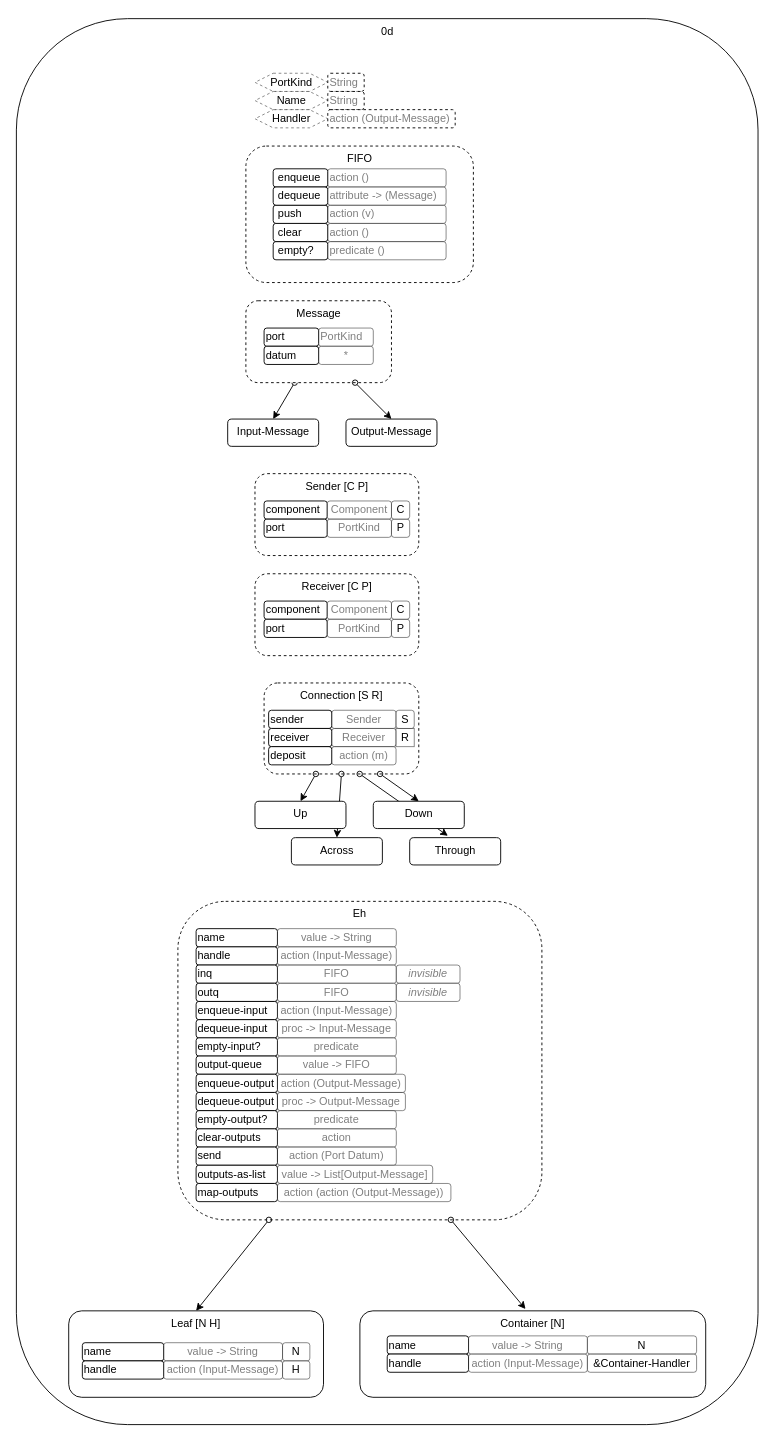
Above: 0d.drawio in guitarvydas/rt0d (draw.io), before the change. Source tidied: cells renumbered, new cells numbered last; positions are measured from the earlier drawing's top-left corner, leaving out a move shared by most shapes. Both pictures are drawn from the tidied source at 91%, with x=0, y=0 at pixel (15, 18).
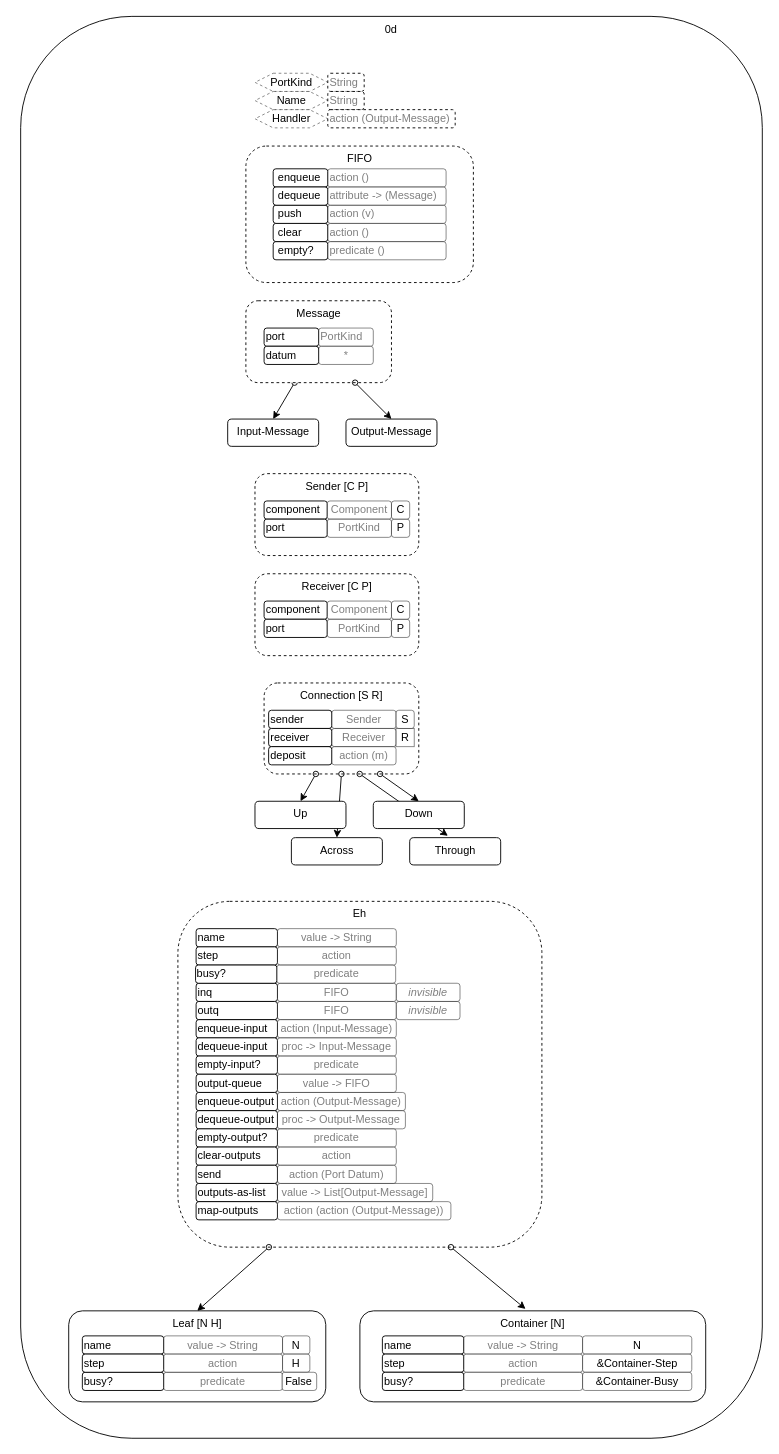
The same diagram, later.

What changed in the source:
```diff
@@
     <mxCell id="2" style="group;" parent="1" vertex="1">
-      <mxGeometry x="0.5" width="815" height="1545" as="geometry" />
+      <mxGeometry x="0.5" width="819.7" height="1560" as="geometry" />
     </mxCell>
     <mxCell id="3" value="0d" style="rounded=1;whiteSpace=wrap;html=1;horizontal=1;verticalAlign=top;" parent="2" vertex="1">
-      <mxGeometry width="815" height="1545" as="geometry" />
+      <mxGeometry x="4.7" y="-2.5" width="815" height="1562.5" as="geometry" />
     </mxCell>
@@
     <mxCell id="16" value="Eh" style="rounded=1;whiteSpace=wrap;html=1;align=center;dashed=1;verticalAlign=top;" parent="2" vertex="1">
-      <mxGeometry x="177.5" y="970" width="400" height="350" as="geometry" />
+      <mxGeometry x="177.5" y="970" width="400" height="380" as="geometry" />
     </mxCell>
     <mxCell id="17" value="Leaf [N H]" style="rounded=1;whiteSpace=wrap;html=1;align=center;verticalAlign=top;" parent="2" vertex="1">
-      <mxGeometry x="57.5" y="1420" width="280" height="95" as="geometry" />
+      <mxGeometry x="57.5" y="1420" width="282.5" height="100" as="geometry" />
     </mxCell>
     <mxCell id="18" value="Container [N]" style="rounded=1;whiteSpace=wrap;html=1;align=center;verticalAlign=top;" parent="2" vertex="1">
-      <mxGeometry x="377.5" y="1420" width="380" height="95" as="geometry" />
+      <mxGeometry x="377.5" y="1420" width="380" height="100" as="geometry" />
     </mxCell>
@@
-    <mxCell id="67" value="&lt;div&gt;&lt;span&gt;handle&lt;/span&gt;&lt;/div&gt;" style="rounded=1;whiteSpace=wrap;html=1;align=left;" parent="2" vertex="1">
+    <mxCell id="67" value="&lt;div&gt;&lt;span&gt;step&lt;/span&gt;&lt;/div&gt;" style="rounded=1;whiteSpace=wrap;html=1;align=left;" parent="2" vertex="1">
       <mxGeometry x="197.5" y="1020" width="89.4" height="20" as="geometry" />
     </mxCell>
@@
-    <mxCell id="69" value="&lt;div&gt;&lt;span&gt;action (Input-Message)&lt;/span&gt;&lt;/div&gt;" style="rounded=1;whiteSpace=wrap;html=1;align=center;opacity=50;textOpacity=50;" parent="2" vertex="1">
+    <mxCell id="69" value="&lt;div&gt;&lt;span&gt;action&lt;/span&gt;&lt;/div&gt;" style="rounded=1;whiteSpace=wrap;html=1;align=center;opacity=50;textOpacity=50;" parent="2" vertex="1">
       <mxGeometry x="286.9" y="1020" width="130.6" height="20" as="geometry" />
     </mxCell>
     <mxCell id="70" value="&lt;div&gt;&lt;span&gt;inq&lt;/span&gt;&lt;/div&gt;" style="rounded=1;whiteSpace=wrap;html=1;align=left;" parent="2" vertex="1">
-      <mxGeometry x="197.5" y="1040" width="89.4" height="20" as="geometry" />
+      <mxGeometry x="197.5" y="1060" width="89.4" height="20" as="geometry" />
     </mxCell>
     <mxCell id="71" value="&lt;div&gt;&lt;span&gt;FIFO&lt;/span&gt;&lt;/div&gt;" style="rounded=1;whiteSpace=wrap;html=1;align=center;opacity=50;textOpacity=50;" parent="2" vertex="1">
-      <mxGeometry x="286.9" y="1040" width="130.6" height="20" as="geometry" />
+      <mxGeometry x="286.9" y="1060" width="130.6" height="20" as="geometry" />
     </mxCell>
     <mxCell id="72" value="&lt;div&gt;outq&lt;/div&gt;" style="rounded=1;whiteSpace=wrap;html=1;align=left;" parent="2" vertex="1">
-      <mxGeometry x="197.5" y="1060" width="89.4" height="20" as="geometry" />
+      <mxGeometry x="197.5" y="1080" width="89.4" height="20" as="geometry" />
     </mxCell>
     <mxCell id="73" value="&lt;div&gt;&lt;span&gt;enqueue-input&lt;/span&gt;&lt;/div&gt;" style="rounded=1;whiteSpace=wrap;html=1;align=left;" parent="2" vertex="1">
-      <mxGeometry x="197.5" y="1080" width="89.4" height="20" as="geometry" />
+      <mxGeometry x="197.5" y="1100" width="89.4" height="20" as="geometry" />
     </mxCell>
     <mxCell id="74" value="&lt;div&gt;FIFO&lt;/div&gt;" style="rounded=1;whiteSpace=wrap;html=1;align=center;opacity=50;textOpacity=50;" parent="2" vertex="1">
-      <mxGeometry x="286.9" y="1060" width="130.6" height="20" as="geometry" />
+      <mxGeometry x="286.9" y="1080" width="130.6" height="20" as="geometry" />
     </mxCell>
     <mxCell id="75" value="&lt;div&gt;&lt;span&gt;action (Input-Message)&lt;/span&gt;&lt;/div&gt;" style="rounded=1;whiteSpace=wrap;html=1;align=center;opacity=50;textOpacity=50;" parent="2" vertex="1">
-      <mxGeometry x="286.9" y="1080" width="130.6" height="20" as="geometry" />
+      <mxGeometry x="286.9" y="1100" width="130.6" height="20" as="geometry" />
     </mxCell>
     <mxCell id="76" value="&lt;div&gt;&lt;span&gt;dequeue-input&lt;/span&gt;&lt;/div&gt;" style="rounded=1;whiteSpace=wrap;html=1;align=left;" parent="2" vertex="1">
-      <mxGeometry x="197.5" y="1100" width="89.4" height="20" as="geometry" />
+      <mxGeometry x="197.5" y="1120" width="89.4" height="20" as="geometry" />
     </mxCell>
     <mxCell id="77" value="&lt;div&gt;&lt;span&gt;proc -&amp;gt; Input-Message&lt;/span&gt;&lt;/div&gt;" style="rounded=1;whiteSpace=wrap;html=1;align=center;opacity=50;textOpacity=50;" parent="2" vertex="1">
-      <mxGeometry x="286.9" y="1100" width="130.6" height="20" as="geometry" />
+      <mxGeometry x="286.9" y="1120" width="130.6" height="20" as="geometry" />
     </mxCell>
     <mxCell id="78" value="&lt;div&gt;empty-input?&lt;/div&gt;" style="rounded=1;whiteSpace=wrap;html=1;align=left;strokeWidth=1;" parent="2" vertex="1">
-      <mxGeometry x="197.5" y="1120" width="89.4" height="20" as="geometry" />
+      <mxGeometry x="197.5" y="1140" width="89.4" height="20" as="geometry" />
     </mxCell>
     <mxCell id="79" value="&lt;div&gt;&lt;span&gt;output-queue&lt;/span&gt;&lt;/div&gt;" style="rounded=1;whiteSpace=wrap;html=1;align=left;" parent="2" vertex="1">
-      <mxGeometry x="197.5" y="1140" width="89.4" height="20" as="geometry" />
+      <mxGeometry x="197.5" y="1160" width="89.4" height="20" as="geometry" />
     </mxCell>
     <mxCell id="80" value="&lt;div&gt;predicate&lt;/div&gt;" style="rounded=1;whiteSpace=wrap;html=1;align=center;opacity=50;textOpacity=50;" parent="2" vertex="1">
-      <mxGeometry x="286.9" y="1120" width="130.6" height="20" as="geometry" />
+      <mxGeometry x="286.9" y="1140" width="130.6" height="20" as="geometry" />
     </mxCell>
     <mxCell id="81" value="value -&amp;gt; FIFO" style="rounded=1;whiteSpace=wrap;html=1;align=center;opacity=50;textOpacity=50;" parent="2" vertex="1">
-      <mxGeometry x="286.9" y="1140" width="130.6" height="20" as="geometry" />
+      <mxGeometry x="286.9" y="1160" width="130.6" height="20" as="geometry" />
     </mxCell>
     <mxCell id="82" value="&lt;div&gt;&lt;span&gt;enqueue-output&lt;/span&gt;&lt;/div&gt;" style="rounded=1;whiteSpace=wrap;html=1;align=left;" parent="2" vertex="1">
-      <mxGeometry x="197.5" y="1160" width="89.4" height="20" as="geometry" />
+      <mxGeometry x="197.5" y="1180" width="89.4" height="20" as="geometry" />
     </mxCell>
     <mxCell id="83" value="&lt;div&gt;&lt;span&gt;action (Output-Message)&lt;/span&gt;&lt;/div&gt;" style="rounded=1;whiteSpace=wrap;html=1;align=center;opacity=50;textOpacity=50;" parent="2" vertex="1">
-      <mxGeometry x="286.9" y="1160" width="140.6" height="20" as="geometry" />
+      <mxGeometry x="286.9" y="1180" width="140.6" height="20" as="geometry" />
     </mxCell>
     <mxCell id="84" value="&lt;div&gt;dequeue-output&lt;/div&gt;" style="rounded=1;whiteSpace=wrap;html=1;align=left;" parent="2" vertex="1">
-      <mxGeometry x="197.5" y="1180" width="89.4" height="20" as="geometry" />
+      <mxGeometry x="197.5" y="1200" width="89.4" height="20" as="geometry" />
     </mxCell>
     <mxCell id="85" value="&lt;div&gt;&lt;span&gt;empty-output?&lt;/span&gt;&lt;/div&gt;" style="rounded=1;whiteSpace=wrap;html=1;align=left;" parent="2" vertex="1">
-      <mxGeometry x="197.5" y="1200" width="89.4" height="20" as="geometry" />
+      <mxGeometry x="197.5" y="1220" width="89.4" height="20" as="geometry" />
     </mxCell>
     <mxCell id="86" value="proc -&amp;gt; Output-Message" style="rounded=1;whiteSpace=wrap;html=1;align=center;opacity=50;textOpacity=50;" parent="2" vertex="1">
-      <mxGeometry x="286.9" y="1180" width="140.6" height="20" as="geometry" />
+      <mxGeometry x="286.9" y="1200" width="140.6" height="20" as="geometry" />
     </mxCell>
     <mxCell id="87" value="&lt;div&gt;&lt;span&gt;predicate&lt;/span&gt;&lt;/div&gt;" style="rounded=1;whiteSpace=wrap;html=1;align=center;opacity=50;textOpacity=50;" parent="2" vertex="1">
-      <mxGeometry x="286.9" y="1200" width="130.6" height="20" as="geometry" />
+      <mxGeometry x="286.9" y="1220" width="130.6" height="20" as="geometry" />
     </mxCell>
     <mxCell id="88" value="&lt;div&gt;&lt;span&gt;clear-outputs&lt;/span&gt;&lt;/div&gt;" style="rounded=1;whiteSpace=wrap;html=1;align=left;" parent="2" vertex="1">
-      <mxGeometry x="197.5" y="1220" width="89.4" height="20" as="geometry" />
+      <mxGeometry x="197.5" y="1240" width="89.4" height="20" as="geometry" />
     </mxCell>
     <mxCell id="89" value="&lt;div&gt;&lt;span&gt;action&lt;/span&gt;&lt;/div&gt;" style="rounded=1;whiteSpace=wrap;html=1;align=center;opacity=50;textOpacity=50;" parent="2" vertex="1">
-      <mxGeometry x="286.9" y="1220" width="130.6" height="20" as="geometry" />
+      <mxGeometry x="286.9" y="1240" width="130.6" height="20" as="geometry" />
     </mxCell>
     <mxCell id="90" value="&lt;div&gt;send&lt;/div&gt;" style="rounded=1;whiteSpace=wrap;html=1;align=left;" parent="2" vertex="1">
-      <mxGeometry x="197.5" y="1240" width="89.4" height="20" as="geometry" />
+      <mxGeometry x="197.5" y="1260" width="89.4" height="20" as="geometry" />
     </mxCell>
     <mxCell id="91" value="&lt;div&gt;&lt;span&gt;outputs-as-list&lt;/span&gt;&lt;/div&gt;" style="rounded=1;whiteSpace=wrap;html=1;align=left;" parent="2" vertex="1">
-      <mxGeometry x="197.5" y="1260" width="89.4" height="20" as="geometry" />
+      <mxGeometry x="197.5" y="1280" width="89.4" height="20" as="geometry" />
     </mxCell>
     <mxCell id="92" value="action (Port Datum)" style="rounded=1;whiteSpace=wrap;html=1;align=center;opacity=50;textOpacity=50;" parent="2" vertex="1">
-      <mxGeometry x="286.9" y="1240" width="130.6" height="20" as="geometry" />
+      <mxGeometry x="286.9" y="1260" width="130.6" height="20" as="geometry" />
     </mxCell>
     <mxCell id="93" value="&lt;div&gt;&lt;span&gt;value -&amp;gt; List[Output-Message]&lt;/span&gt;&lt;/div&gt;" style="rounded=1;whiteSpace=wrap;html=1;align=center;opacity=50;textOpacity=50;" parent="2" vertex="1">
-      <mxGeometry x="286.9" y="1260" width="170.6" height="20" as="geometry" />
+      <mxGeometry x="286.9" y="1280" width="170.6" height="20" as="geometry" />
     </mxCell>
     <mxCell id="94" value="&lt;div&gt;&lt;span&gt;map-outputs&lt;/span&gt;&lt;/div&gt;" style="rounded=1;whiteSpace=wrap;html=1;align=left;" parent="2" vertex="1">
-      <mxGeometry x="197.5" y="1280" width="89.4" height="20" as="geometry" />
+      <mxGeometry x="197.5" y="1300" width="89.4" height="20" as="geometry" />
     </mxCell>
     <mxCell id="95" value="&lt;div&gt;&lt;span&gt;action (action (Output-Message))&lt;/span&gt;&lt;/div&gt;" style="rounded=1;whiteSpace=wrap;html=1;align=center;opacity=50;textOpacity=50;" parent="2" vertex="1">
-      <mxGeometry x="286.9" y="1280" width="190.6" height="20" as="geometry" />
+      <mxGeometry x="286.9" y="1300" width="190.6" height="20" as="geometry" />
     </mxCell>
     <mxCell id="96" value="&lt;i&gt;invisible&lt;/i&gt;" style="rounded=1;whiteSpace=wrap;html=1;align=center;opacity=50;textOpacity=50;" parent="2" vertex="1">
-      <mxGeometry x="417.5" y="1040" width="70" height="20" as="geometry" />
+      <mxGeometry x="417.5" y="1060" width="70" height="20" as="geometry" />
     </mxCell>
     <mxCell id="97" value="&lt;i&gt;invisible&lt;/i&gt;" style="rounded=1;whiteSpace=wrap;html=1;align=center;opacity=50;textOpacity=50;" parent="2" vertex="1">
-      <mxGeometry x="417.5" y="1060" width="70" height="20" as="geometry" />
+      <mxGeometry x="417.5" y="1080" width="70" height="20" as="geometry" />
     </mxCell>
+    <mxCell id="104" value="&lt;div&gt;name&lt;/div&gt;" style="rounded=1;whiteSpace=wrap;html=1;align=left;" parent="2" vertex="1">
+      <mxGeometry x="402.2" y="1447.5" width="89.4" height="20" as="geometry" />
+    </mxCell>
+    <mxCell id="105" value="&lt;div&gt;&lt;span&gt;step&lt;/span&gt;&lt;/div&gt;" style="rounded=1;whiteSpace=wrap;html=1;align=left;" parent="2" vertex="1">
+      <mxGeometry x="402.2" y="1467.5" width="89.4" height="20" as="geometry" />
+    </mxCell>
+    <mxCell id="106" value="&lt;div&gt;value -&amp;gt; String&lt;/div&gt;" style="rounded=1;whiteSpace=wrap;html=1;align=center;opacity=50;textOpacity=50;" parent="2" vertex="1">
+      <mxGeometry x="491.6" y="1447.5" width="130.6" height="20" as="geometry" />
+    </mxCell>
+    <mxCell id="107" value="&lt;div&gt;&lt;span&gt;action&lt;/span&gt;&lt;/div&gt;" style="rounded=1;whiteSpace=wrap;html=1;align=center;opacity=50;textOpacity=50;" parent="2" vertex="1">
+      <mxGeometry x="491.6" y="1467.5" width="130.6" height="20" as="geometry" />
+    </mxCell>
+    <mxCell id="108" value="&lt;div&gt;N&lt;/div&gt;" style="rounded=1;whiteSpace=wrap;html=1;align=center;opacity=50;" parent="2" vertex="1">
+      <mxGeometry x="622.2" y="1447.5" width="120" height="20" as="geometry" />
+    </mxCell>
+    <mxCell id="109" value="&lt;div&gt;&amp;amp;Container-Step&lt;/div&gt;" style="rounded=1;whiteSpace=wrap;html=1;align=center;opacity=50;" parent="2" vertex="1">
+      <mxGeometry x="622.2" y="1467.5" width="120" height="20" as="geometry" />
+    </mxCell>
+    <mxCell id="110" value="&lt;div&gt;&lt;span&gt;busy?&lt;/span&gt;&lt;/div&gt;" style="rounded=1;whiteSpace=wrap;html=1;align=left;" parent="2" vertex="1">
+      <mxGeometry x="72.5" y="1487.5" width="89.4" height="20" as="geometry" />
+    </mxCell>
+    <mxCell id="111" value="&lt;div&gt;&lt;span&gt;predicate&lt;/span&gt;&lt;/div&gt;" style="rounded=1;whiteSpace=wrap;html=1;align=center;opacity=50;textOpacity=50;" parent="2" vertex="1">
+      <mxGeometry x="161.9" y="1487.5" width="130.6" height="20" as="geometry" />
+    </mxCell>
     <mxCell id="98" value="&lt;div&gt;name&lt;/div&gt;" style="rounded=1;whiteSpace=wrap;html=1;align=left;" parent="2" vertex="1">
-      <mxGeometry x="72.5" y="1455" width="89.4" height="20" as="geometry" />
+      <mxGeometry x="72.5" y="1447.5" width="89.4" height="20" as="geometry" />
     </mxCell>
-    <mxCell id="99" value="&lt;div&gt;&lt;span&gt;handle&lt;/span&gt;&lt;/div&gt;" style="rounded=1;whiteSpace=wrap;html=1;align=left;" parent="2" vertex="1">
-      <mxGeometry x="72.5" y="1475" width="89.4" height="20" as="geometry" />
+    <mxCell id="99" value="&lt;div&gt;&lt;span&gt;step&lt;/span&gt;&lt;/div&gt;" style="rounded=1;whiteSpace=wrap;html=1;align=left;" parent="2" vertex="1">
+      <mxGeometry x="72.5" y="1467.5" width="89.4" height="20" as="geometry" />
     </mxCell>
     <mxCell id="100" value="&lt;div&gt;value -&amp;gt; String&lt;/div&gt;" style="rounded=1;whiteSpace=wrap;html=1;align=center;opacity=50;textOpacity=50;" parent="2" vertex="1">
-      <mxGeometry x="161.9" y="1455" width="130.6" height="20" as="geometry" />
+      <mxGeometry x="161.9" y="1447.5" width="130.6" height="20" as="geometry" />
     </mxCell>
-    <mxCell id="101" value="&lt;div&gt;&lt;span&gt;action (Input-Message)&lt;/span&gt;&lt;/div&gt;" style="rounded=1;whiteSpace=wrap;html=1;align=center;opacity=50;textOpacity=50;" parent="2" vertex="1">
-      <mxGeometry x="161.9" y="1475" width="130.6" height="20" as="geometry" />
+    <mxCell id="101" value="&lt;div&gt;&lt;span&gt;action&lt;/span&gt;&lt;/div&gt;" style="rounded=1;whiteSpace=wrap;html=1;align=center;opacity=50;textOpacity=50;" parent="2" vertex="1">
+      <mxGeometry x="161.9" y="1467.5" width="130.6" height="20" as="geometry" />
     </mxCell>
     <mxCell id="102" value="&lt;div&gt;N&lt;/div&gt;" style="rounded=1;whiteSpace=wrap;html=1;align=center;opacity=50;" parent="2" vertex="1">
-      <mxGeometry x="292.5" y="1455" width="30" height="20" as="geometry" />
+      <mxGeometry x="292.5" y="1447.5" width="30" height="20" as="geometry" />
     </mxCell>
     <mxCell id="103" value="&lt;div&gt;H&lt;/div&gt;" style="rounded=1;whiteSpace=wrap;html=1;align=center;opacity=50;" parent="2" vertex="1">
-      <mxGeometry x="292.5" y="1475" width="30" height="20" as="geometry" />
+      <mxGeometry x="292.5" y="1467.5" width="30" height="20" as="geometry" />
     </mxCell>
-    <mxCell id="104" value="&lt;div&gt;name&lt;/div&gt;" style="rounded=1;whiteSpace=wrap;html=1;align=left;" parent="2" vertex="1">
-      <mxGeometry x="407.5" y="1447.5" width="89.4" height="20" as="geometry" />
-    </mxCell>
-    <mxCell id="105" value="&lt;div&gt;&lt;span&gt;handle&lt;/span&gt;&lt;/div&gt;" style="rounded=1;whiteSpace=wrap;html=1;align=left;" parent="2" vertex="1">
-      <mxGeometry x="407.5" y="1467.5" width="89.4" height="20" as="geometry" />
-    </mxCell>
-    <mxCell id="106" value="&lt;div&gt;value -&amp;gt; String&lt;/div&gt;" style="rounded=1;whiteSpace=wrap;html=1;align=center;opacity=50;textOpacity=50;" parent="2" vertex="1">
-      <mxGeometry x="496.9" y="1447.5" width="130.6" height="20" as="geometry" />
-    </mxCell>
-    <mxCell id="107" value="&lt;div&gt;&lt;span&gt;action (Input-Message)&lt;/span&gt;&lt;/div&gt;" style="rounded=1;whiteSpace=wrap;html=1;align=center;opacity=50;textOpacity=50;" parent="2" vertex="1">
-      <mxGeometry x="496.9" y="1467.5" width="130.6" height="20" as="geometry" />
-    </mxCell>
-    <mxCell id="108" value="&lt;div&gt;N&lt;/div&gt;" style="rounded=1;whiteSpace=wrap;html=1;align=center;opacity=50;" parent="2" vertex="1">
-      <mxGeometry x="627.5" y="1447.5" width="120" height="20" as="geometry" />
-    </mxCell>
-    <mxCell id="109" value="&lt;div&gt;&amp;amp;Container-Handler&lt;/div&gt;" style="rounded=1;whiteSpace=wrap;html=1;align=center;opacity=50;" parent="2" vertex="1">
-      <mxGeometry x="627.5" y="1467.5" width="120" height="20" as="geometry" />
-    </mxCell>
+    <mxCell id="112" value="&lt;div&gt;&lt;span&gt;busy?&lt;/span&gt;&lt;/div&gt;" style="rounded=1;whiteSpace=wrap;html=1;align=left;" parent="2" vertex="1">
+      <mxGeometry x="402.2" y="1487.5" width="89.4" height="20" as="geometry" />
+    </mxCell>
+    <mxCell id="113" value="&lt;div&gt;&lt;span&gt;predicate&lt;/span&gt;&lt;/div&gt;" style="rounded=1;whiteSpace=wrap;html=1;align=center;opacity=50;textOpacity=50;" parent="2" vertex="1">
+      <mxGeometry x="491.6" y="1487.5" width="130.6" height="20" as="geometry" />
+    </mxCell>
+    <mxCell id="114" value="&lt;div&gt;&amp;amp;Container-Busy&lt;/div&gt;" style="rounded=1;whiteSpace=wrap;html=1;align=center;opacity=50;" parent="2" vertex="1">
+      <mxGeometry x="622.2" y="1487.5" width="120" height="20" as="geometry" />
+    </mxCell>
+    <mxCell id="115" value="&lt;div&gt;&lt;span&gt;busy?&lt;/span&gt;&lt;/div&gt;" style="rounded=1;whiteSpace=wrap;html=1;align=left;" parent="2" vertex="1">
+      <mxGeometry x="196.9" y="1040" width="89.4" height="20" as="geometry" />
+    </mxCell>
+    <mxCell id="116" value="&lt;div&gt;&lt;span&gt;predicate&lt;/span&gt;&lt;/div&gt;" style="rounded=1;whiteSpace=wrap;html=1;align=center;opacity=50;textOpacity=50;" parent="2" vertex="1">
+      <mxGeometry x="286.2" y="1040" width="130.6" height="20" as="geometry" />
+    </mxCell>
+    <mxCell id="117" value="&lt;div&gt;False&lt;/div&gt;" style="rounded=1;whiteSpace=wrap;html=1;align=center;opacity=50;" parent="2" vertex="1">
+      <mxGeometry x="291.9" y="1487.5" width="38.1" height="20" as="geometry" />
+    </mxCell>
```
